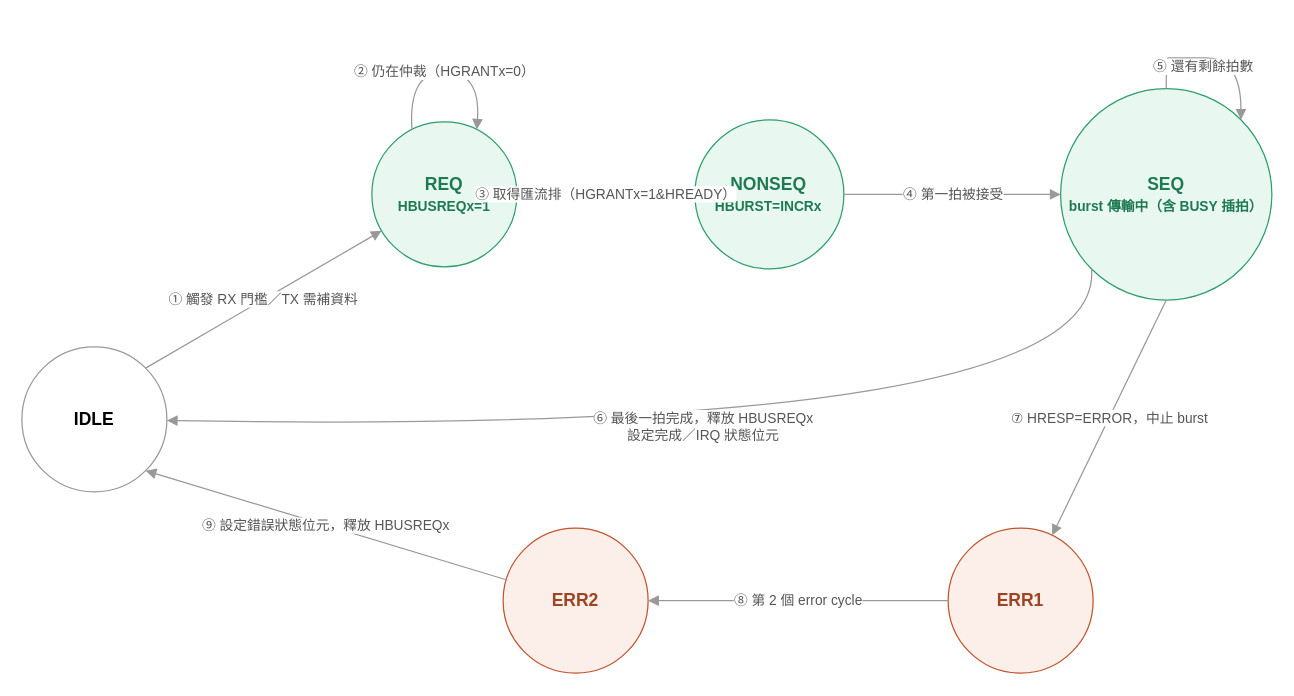
Before: HW1/Upload/ahb_master_fsm.drawio in shj-F115112128/SOC_Practice, a draw.io diagram. Source tidied: cells renumbered, new cells numbered last; positions are measured from the earlier drawing's top-left corner, leaving out a move shared by most shapes. Both pictures are drawn from the tidied source at 125%, with x=0, y=0 at pixel (21, 58).
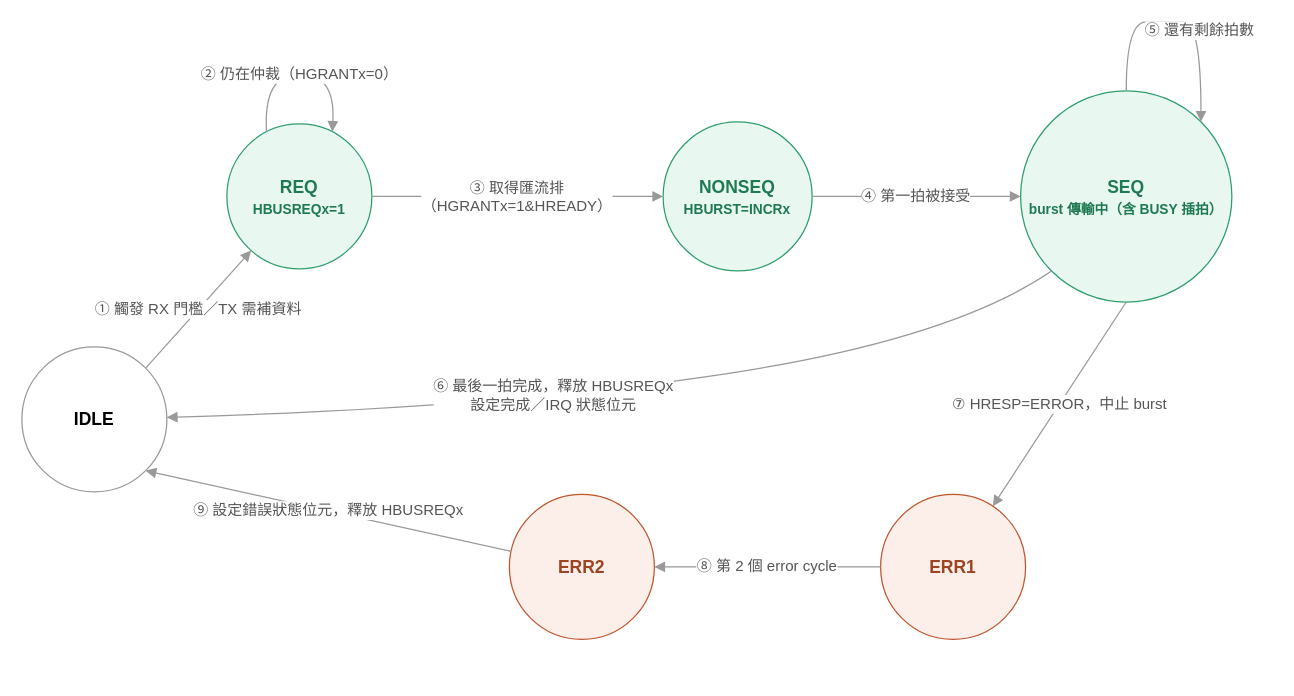
Above is the later version.

The change refers to these unchanged cells:
```xml
<mxCell id="2" value="IDLE" style="ellipse;whiteSpace=wrap;html=1;fillColor=#FFFFFF;strokeColor=#999999;fontSize=14;fontStyle=1;" parent="1" vertex="1">
  <mxGeometry y="231" width="116" height="116" as="geometry" />
</mxCell>
```

The edit, as a diff of the source:
```diff
@@
     <mxCell id="3" value="REQ&#10;&lt;font style=&quot;font-size:11px&quot; color=&quot;#1F7A54&quot;&gt;HBUSREQx=1&lt;/font&gt;" style="ellipse;whiteSpace=wrap;html=1;fillColor=#E8F8F0;strokeColor=#2E9E6C;fontColor=#1F7A54;fontSize=14;fontStyle=1;" parent="1" vertex="1">
-      <mxGeometry x="280" y="51" width="116" height="116" as="geometry" />
+      <mxGeometry x="164" y="52.6" width="116" height="116" as="geometry" />
     </mxCell>
     <mxCell id="4" value="NONSEQ&#10;&lt;font style=&quot;font-size:11px&quot; color=&quot;#1F7A54&quot;&gt;HBURST=INCRx&lt;/font&gt;" style="ellipse;whiteSpace=wrap;html=1;fillColor=#E8F8F0;strokeColor=#2E9E6C;fontColor=#1F7A54;fontSize=14;fontStyle=1;" parent="1" vertex="1">
-      <mxGeometry x="538.4" y="49.4" width="119.2" height="119.2" as="geometry" />
+      <mxGeometry x="513" y="51" width="119.2" height="119.2" as="geometry" />
     </mxCell>
     <mxCell id="5" value="SEQ&#10;&lt;font style=&quot;font-size:11px&quot; color=&quot;#1F7A54&quot;&gt;burst 傳輸中（含 BUSY 插拍）&lt;/font&gt;" style="ellipse;whiteSpace=wrap;html=1;fillColor=#E8F8F0;strokeColor=#2E9E6C;fontColor=#1F7A54;fontSize=14;fontStyle=1;" parent="1" vertex="1">
-      <mxGeometry x="831" y="24.5" width="169" height="169" as="geometry" />
+      <mxGeometry x="799" y="26.1" width="169" height="169" as="geometry" />
     </mxCell>
     <mxCell id="6" value="ERR1" style="ellipse;whiteSpace=wrap;html=1;fillColor=#FCEEE8;strokeColor=#C0552E;fontColor=#9C4423;fontSize=14;fontStyle=1;" parent="1" vertex="1">
-      <mxGeometry x="741" y="376" width="116" height="116" as="geometry" />
+      <mxGeometry x="687" y="349" width="116" height="116" as="geometry" />
     </mxCell>
     <mxCell id="7" value="ERR2" style="ellipse;whiteSpace=wrap;html=1;fillColor=#FCEEE8;strokeColor=#C0552E;fontColor=#9C4423;fontSize=14;fontStyle=1;" parent="1" vertex="1">
-      <mxGeometry x="385" y="376" width="116" height="116" as="geometry" />
+      <mxGeometry x="390" y="349" width="116" height="116" as="geometry" />
     </mxCell>
-    <mxCell id="8" value="① 觸發 RX 門檻／TX 需補資料" style="curved=1;endArrow=block;html=1;strokeColor=#999999;fontSize=11;fontColor=#555555;exitX=1;exitY=0;exitDx=0;exitDy=0;" parent="1" edge="1" source="2" target="3">
+    <mxCell id="8" value="&lt;font style=&quot;font-size: 12px;&quot;&gt;① 觸發 RX 門檻／TX 需補資料&lt;/font&gt;" style="curved=1;endArrow=block;html=1;strokeColor=#999999;fontSize=11;fontColor=#555555;exitX=1;exitY=0;exitDx=0;exitDy=0;" parent="1" edge="1" source="2" target="3">
       <mxGeometry relative="1" as="geometry" />
     </mxCell>
-    <mxCell id="9" value="② 仍在仲裁（HGRANTx=0）" style="curved=1;endArrow=block;html=1;strokeColor=#999999;fontSize=11;fontColor=#555555;exitX=0.25;exitY=0;exitDx=0;exitDy=0;entryX=0.75;entryY=0;entryDx=0;entryDy=0;" parent="1" edge="1" source="3" target="3">
+    <mxCell id="9" value="&lt;font style=&quot;font-size: 12px;&quot;&gt;② 仍在仲裁（HGRANTx=0）&lt;/font&gt;" style="curved=1;endArrow=block;html=1;strokeColor=#999999;fontSize=11;fontColor=#555555;exitX=0.25;exitY=0;exitDx=0;exitDy=0;entryX=0.75;entryY=0;entryDx=0;entryDy=0;" parent="1" edge="1" source="3" target="3">
       <mxGeometry relative="1" as="geometry">
         <Array as="points">
-          <mxPoint x="309" y="11" />
-          <mxPoint x="367" y="11" />
+          <mxPoint x="193" y="12.6" />
+          <mxPoint x="251" y="12.6" />
         </Array>
       </mxGeometry>
     </mxCell>
-    <mxCell id="10" value="③ 取得匯流排（HGRANTx=1&amp;HREADY）" style="curved=1;endArrow=block;html=1;strokeColor=#999999;fontSize=11;fontColor=#555555;" parent="1" edge="1" source="3" target="4">
+    <mxCell id="10" value="&lt;font style=&quot;font-size: 12px;&quot;&gt;③ 取得匯流排&lt;/font&gt;&lt;div&gt;&lt;font style=&quot;font-size: 12px;&quot;&gt;（HGRANTx=1&amp;amp;HREADY）&lt;/font&gt;&lt;/div&gt;" style="curved=1;endArrow=block;html=1;strokeColor=#999999;fontSize=11;fontColor=#555555;" parent="1" edge="1" source="3" target="4">
       <mxGeometry relative="1" as="geometry" />
     </mxCell>
-    <mxCell id="11" value="④ 第一拍被接受" style="curved=1;endArrow=block;html=1;strokeColor=#999999;fontSize=11;fontColor=#555555;entryX=0;entryY=0.5;entryDx=0;entryDy=0;exitX=1;exitY=0.5;exitDx=0;exitDy=0;" parent="1" edge="1" source="4" target="5">
+    <mxCell id="11" value="&lt;font style=&quot;font-size: 12px;&quot;&gt;④ 第一拍被接受&lt;/font&gt;" style="curved=1;endArrow=block;html=1;strokeColor=#999999;fontSize=11;fontColor=#555555;entryX=0;entryY=0.5;entryDx=0;entryDy=0;exitX=1;exitY=0.5;exitDx=0;exitDy=0;" parent="1" edge="1" source="4" target="5">
       <mxGeometry relative="1" as="geometry" />
     </mxCell>
-    <mxCell id="12" value="⑤ 還有剩餘拍數" style="curved=1;endArrow=block;html=1;strokeColor=#999999;fontSize=11;fontColor=#555555;exitX=0.5;exitY=0;exitDx=0;exitDy=0;entryX=1;entryY=0;entryDx=0;entryDy=0;edgeStyle=orthogonalEdgeStyle;innerLoopWaypoints=1;" parent="1" edge="1" source="5" target="5">
-      <mxGeometry x="-0.2" y="-7" relative="1" as="geometry">
+    <mxCell id="12" value="&lt;font style=&quot;font-size: 12px;&quot;&gt;⑤ 還有剩餘拍數&lt;/font&gt;" style="curved=1;endArrow=block;html=1;strokeColor=#999999;fontSize=11;fontColor=#555555;exitX=0.5;exitY=0;exitDx=0;exitDy=0;entryX=1;entryY=0;entryDx=0;entryDy=0;edgeStyle=orthogonalEdgeStyle;innerLoopWaypoints=1;" parent="1" edge="1" source="5" target="5">
+      <mxGeometry x="0.17" y="-7" relative="1" as="geometry">
         <Array as="points">
-          <mxPoint x="918" y="-0.2" />
-          <mxPoint x="991.3" y="-0.2" />
+          <mxPoint x="915.5" y="-29" />
+          <mxPoint x="975.3" y="-29" />
         </Array>
       </mxGeometry>
     </mxCell>
-    <mxCell id="13" value="⑥ 最後一拍完成，釋放 HBUSREQx&#10;設定完成／IRQ 狀態位元" style="curved=1;endArrow=block;html=1;strokeColor=#999999;fontSize=11;fontColor=#555555;exitX=0;exitY=1;exitDx=0;exitDy=0;" parent="1" edge="1" source="5" target="2">
-      <mxGeometry x="0.03" y="-2.53" relative="1" as="geometry">
+    <mxCell id="13" value="&lt;font style=&quot;font-size: 12px;&quot;&gt;⑥ 最後一拍完成，釋放 HBUSREQx&lt;br&gt;設定完成／IRQ 狀態位元&lt;/font&gt;" style="curved=1;endArrow=block;html=1;strokeColor=#999999;fontSize=11;fontColor=#555555;exitX=0;exitY=1;exitDx=0;exitDy=0;" parent="1" edge="1" source="5" target="2">
+      <mxGeometry x="0.15" y="-3.35" relative="1" as="geometry">
         <Array as="points">
-          <mxPoint x="866.2" y="302.6" />
+          <mxPoint x="744.2" y="224.8" />
+          <mxPoint x="387" y="279.5" />
         </Array>
       </mxGeometry>
     </mxCell>
-    <mxCell id="14" value="⑦ HRESP=ERROR，中止 burst" style="curved=1;endArrow=block;html=1;strokeColor=#999999;fontSize=11;fontColor=#555555;exitX=0.5;exitY=1;exitDx=0;exitDy=0;" parent="1" edge="1" source="5" target="6">
+    <mxCell id="14" value="&lt;font style=&quot;font-size: 12px;&quot;&gt;⑦ HRESP=ERROR，中止 burst&lt;/font&gt;" style="curved=1;endArrow=block;html=1;strokeColor=#999999;fontSize=11;fontColor=#555555;exitX=0.5;exitY=1;exitDx=0;exitDy=0;" parent="1" edge="1" source="5" target="6">
       <mxGeometry relative="1" as="geometry" />
     </mxCell>
-    <mxCell id="15" value="⑧ 第 2 個 error cycle" style="curved=1;endArrow=block;html=1;strokeColor=#999999;fontSize=11;fontColor=#555555;" parent="1" edge="1" source="6" target="7">
+    <mxCell id="15" value="&lt;font style=&quot;font-size: 12px;&quot;&gt;⑧ 第 2 個 error cycle&lt;/font&gt;" style="curved=1;endArrow=block;html=1;strokeColor=#999999;fontSize=11;fontColor=#555555;" parent="1" edge="1" source="6" target="7">
       <mxGeometry relative="1" as="geometry" />
     </mxCell>
-    <mxCell id="16" value="⑨ 設定錯誤狀態位元，釋放 HBUSREQx" style="curved=1;endArrow=block;html=1;strokeColor=#999999;fontSize=11;fontColor=#555555;entryX=1;entryY=1;entryDx=0;entryDy=0;" parent="1" edge="1" source="7" target="2">
+    <mxCell id="16" value="&lt;font style=&quot;font-size: 12px;&quot;&gt;⑨ 設定錯誤狀態位元，釋放 HBUSREQx&lt;/font&gt;" style="curved=1;endArrow=block;html=1;strokeColor=#999999;fontSize=11;fontColor=#555555;entryX=1;entryY=1;entryDx=0;entryDy=0;" parent="1" edge="1" source="7" target="2">
       <mxGeometry relative="1" as="geometry" />
     </mxCell>
```
